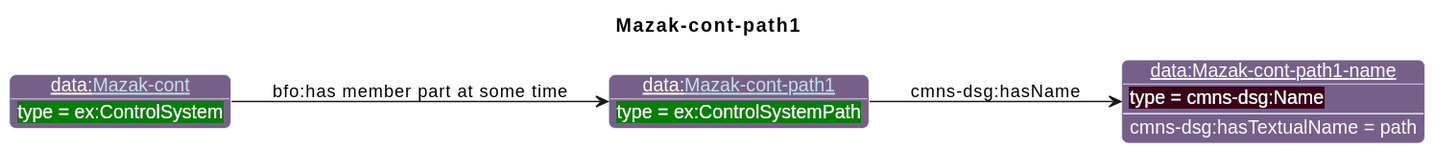
This is diagrams/Mazak-cont-path1.svg from iofoundry/example-syseng-mtconnect, a PlantUML export, as it was before one commit.
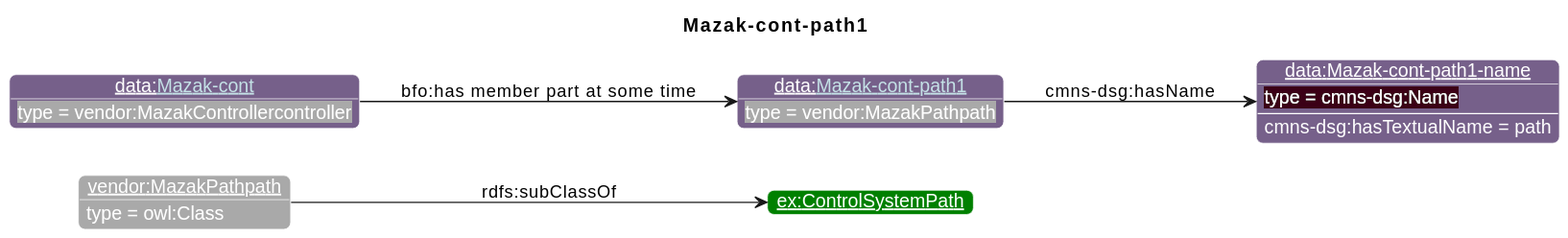
After the commit.

What changed in the source:
```diff
@@ -19,10 +19,13 @@
                       "ns1":"76608A",
 "ex":"Green","data":"76608A","core":"000000","units":"8A2D3B","qp":"641B2E","cmns-dsg":"3A0519"
 }
-individual(o1, data:[[./Mazak-cont-path1.html Mazak-cont-path1]], ex:ControlSystemPath)
-individual(o2, data:Mazak-cont-path1-name, cmns-dsg:Name)
-individual(o3, data:[[./Mazak-cont.html Mazak-cont]], ex:ControlSystem)
-property(o1, cmns-dsg:hasName, o2)
-data(o2, cmns-dsg:hasTextualName, path)
-property(o3, "bfo:has member part at some time", o1)
+individual(o1, vendor:MazakPathpath, owl:Class)
+individual(o2, ex:ControlSystemPath)
+individual(o3, data:[[./Mazak-cont-path1.html Mazak-cont-path1]], vendor:MazakPathpath)
+individual(o4, data:Mazak-cont-path1-name, cmns-dsg:Name)
+individual(o5, data:[[./Mazak-cont.html Mazak-cont]], vendor:MazakControllercontroller)
+property(o1, rdfs:subClassOf, o2)
+property(o3, cmns-dsg:hasName, o4)
+data(o4, cmns-dsg:hasTextualName, path)
+property(o5, "bfo:has member part at some time", o3)
 @enduml
```
